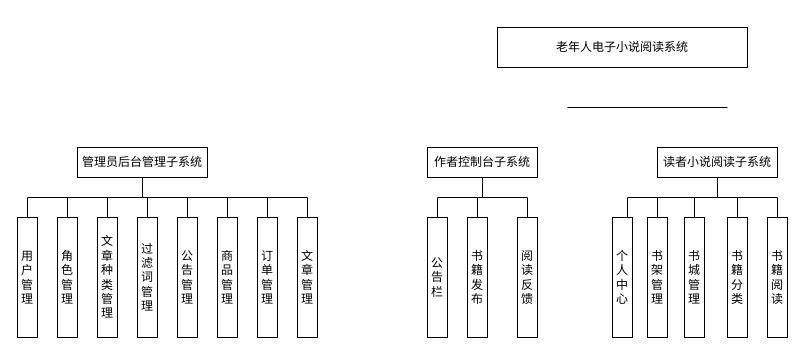
Above: 未命名绘图.drawio in kkq22/clash (draw.io), before the change. Source tidied: cells renumbered, new cells numbered last; positions are measured from the earlier drawing's top-left corner, leaving out a move shared by most shapes. Both pictures are drawn from the tidied source at 100%, with x=0, y=0 at pixel (17, 27).
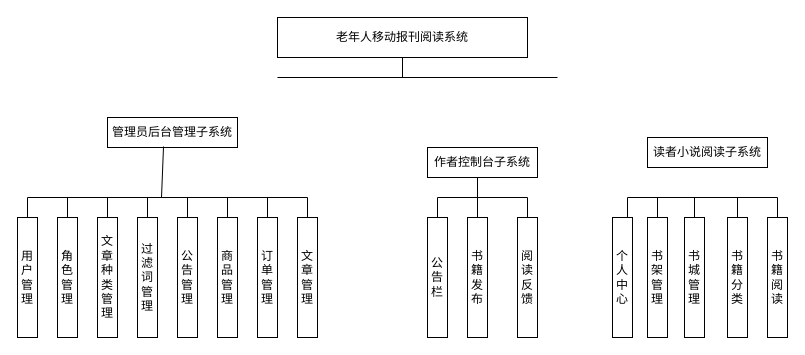
The same page after the edit.

Commit message:
更新未命名绘图.drawio

Unchanged cells that the change refers to:
```xml
<mxCell id="4" value="作者控制台子系统" style="rounded=0;whiteSpace=wrap;html=1;" parent="1" vertex="1">
  <mxGeometry x="410" y="120" width="110" height="30" as="geometry" />
</mxCell>
```

What changed in the source:
```diff
@@
-    <mxCell id="2" value="老年人电子小说阅读系统" style="rounded=0;whiteSpace=wrap;html=1;" parent="1" vertex="1">
-      <mxGeometry x="480" width="250" height="40" as="geometry" />
+    <mxCell id="2" value="老年人移动报刊阅读系统" style="rounded=0;whiteSpace=wrap;html=1;" parent="1" vertex="1">
+      <mxGeometry x="260" y="-10" width="250" height="40" as="geometry" />
     </mxCell>
     <mxCell id="3" value="管理员后台管理子系统" style="rounded=0;whiteSpace=wrap;html=1;" parent="1" vertex="1">
-      <mxGeometry x="60" y="120" width="130" height="30" as="geometry" />
+      <mxGeometry x="90" y="90" width="130" height="30" as="geometry" />
     </mxCell>
@@
     <mxCell id="5" style="endArrow=none;html=1;rounded=0;" parent="1" edge="1">
       <mxGeometry relative="1" as="geometry">
-        <mxPoint x="550" y="80" as="sourcePoint" />
-        <mxPoint x="710" y="80" as="targetPoint" />
+        <mxPoint x="260" y="50" as="sourcePoint" />
+        <mxPoint x="540" y="50" as="targetPoint" />
       </mxGeometry>
     </mxCell>
     <mxCell id="6" value="读者小说阅读子系统" style="rounded=0;whiteSpace=wrap;html=1;" parent="1" vertex="1">
-      <mxGeometry x="640" y="120" width="120" height="30" as="geometry" />
+      <mxGeometry x="630" y="110" width="120" height="30" as="geometry" />
     </mxCell>
@@
-    <mxCell id="17" style="endArrow=none;html=1;rounded=0;entryX=0.5;entryY=1;entryDx=0;entryDy=0;" parent="1" edge="1" target="3">
-      <mxGeometry relative="1" as="geometry">
-        <mxPoint x="125" y="170" as="sourcePoint" />
-      </mxGeometry>
-    </mxCell>
@@
-    <mxCell id="29" style="endArrow=none;html=1;rounded=0;entryX=0.5;entryY=1;entryDx=0;entryDy=0;" parent="1" edge="1" target="4">
-      <mxGeometry relative="1" as="geometry">
-        <mxPoint x="465" y="170" as="sourcePoint" />
-      </mxGeometry>
-    </mxCell>
@@
-    <mxCell id="39" style="endArrow=none;html=1;rounded=0;entryX=0.5;entryY=1;entryDx=0;entryDy=0;" parent="1" edge="1" target="6">
-      <mxGeometry relative="1" as="geometry">
-        <mxPoint x="700" y="170" as="sourcePoint" />
-      </mxGeometry>
-    </mxCell>
@@
+    <mxCell id="45" style="endArrow=none;html=1;rounded=0;entryX=0.5;entryY=1;entryDx=0;entryDy=0;" parent="1" edge="1" target="2">
+      <mxGeometry relative="1" as="geometry">
+        <mxPoint x="385" y="50" as="sourcePoint" />
+      </mxGeometry>
+    </mxCell>
+    <mxCell id="46" style="endArrow=none;html=1;rounded=0;exitX=0.431;exitY=0.967;exitDx=0;exitDy=0;exitPerimeter=0;" parent="1" edge="1" source="3">
+      <mxGeometry relative="1" as="geometry">
+        <mxPoint x="144" y="170" as="targetPoint" />
+      </mxGeometry>
+    </mxCell>
+    <mxCell id="47" style="endArrow=none;html=1;rounded=0;" parent="1" edge="1">
+      <mxGeometry relative="1" as="geometry">
+        <mxPoint x="460" y="150" as="sourcePoint" />
+        <mxPoint x="460" y="170" as="targetPoint" />
+      </mxGeometry>
+    </mxCell>
```
